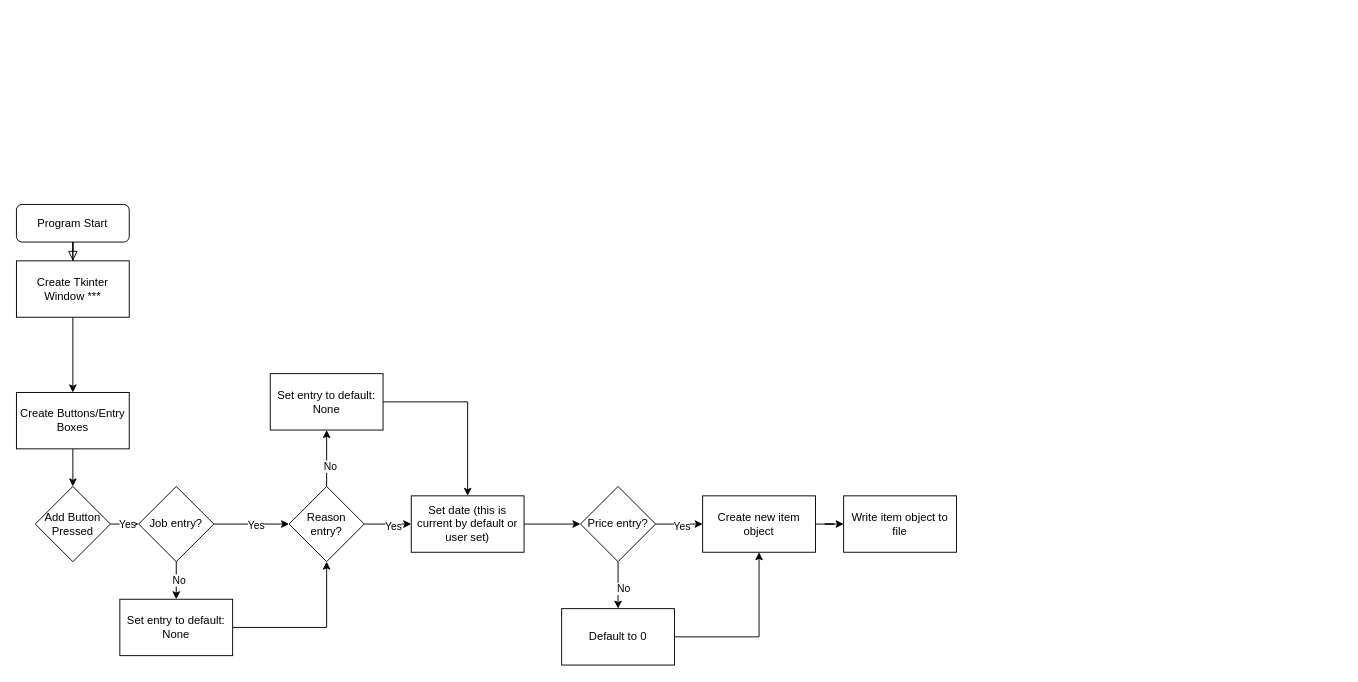
Before: Untitled Diagram.drawio in Yummypieisyummy-StVincent/Finance-App, a draw.io diagram. Source tidied: cells renumbered, new cells numbered last; positions are measured from the earlier drawing's top-left corner, leaving out a move shared by most shapes. Both pictures are drawn from the tidied source at 94%, with x=0, y=0 at pixel (16, 204).
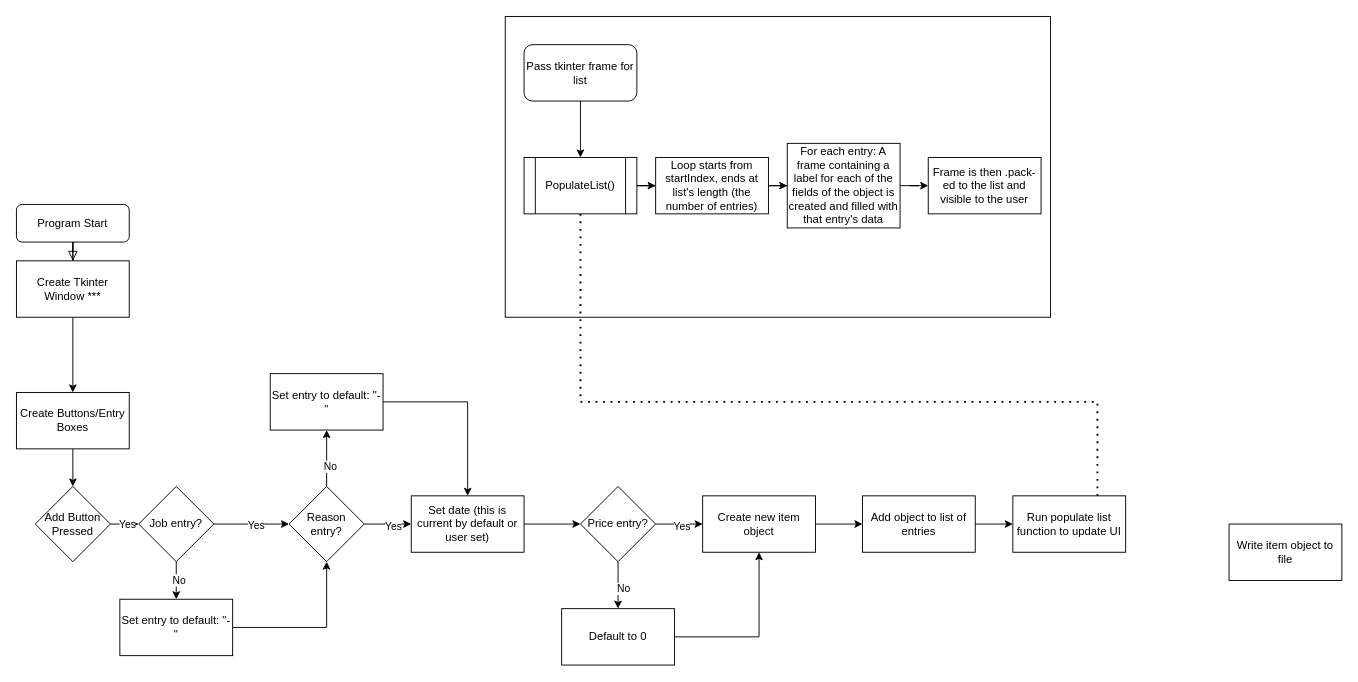
After the change.

Commit message:
Added Populate function to diagram (needs work)

Unchanged cells that the change refers to:
```xml
<mxCell id="33" value="Create new item object" style="whiteSpace=wrap;html=1;rounded=0;" parent="1" vertex="1">
  <mxGeometry x="730" y="310" width="120" height="60" as="geometry" />
</mxCell>
```

The edit, as a diff of the source:
```diff
@@
+    <mxCell id="37" style="rounded=0;whiteSpace=wrap;html=1;" parent="1" vertex="1">
+      <mxGeometry x="520" y="-200" width="580" height="320" as="geometry" />
+    </mxCell>
@@
-    <mxCell id="24" value="Set entry to default: None" style="whiteSpace=wrap;html=1;rounded=0;" parent="1" vertex="1">
+    <mxCell id="24" value="Set entry to default: &quot;-&quot;" style="whiteSpace=wrap;html=1;rounded=0;" parent="1" vertex="1">
       <mxGeometry x="110" y="420" width="120" height="60" as="geometry" />
     </mxCell>
@@
-    <mxCell id="26" value="Set entry to default: None" style="rounded=0;whiteSpace=wrap;html=1;" parent="1" vertex="1">
+    <mxCell id="26" value="Set entry to default: &quot;-&quot;" style="rounded=0;whiteSpace=wrap;html=1;" parent="1" vertex="1">
       <mxGeometry x="270" y="180" width="120" height="60" as="geometry" />
     </mxCell>
@@
-    <mxCell id="32" style="edgeStyle=orthogonalEdgeStyle;rounded=0;jettySize=auto;html=1;" parent="1" edge="1" source="33" target="34">
-      <mxGeometry relative="1" as="geometry" />
-    </mxCell>
+    <mxCell id="38" style="edgeStyle=orthogonalEdgeStyle;rounded=0;jettySize=auto;html=1;" parent="1" edge="1" source="33" target="40">
+      <mxGeometry relative="1" as="geometry" />
+    </mxCell>
@@
     <mxCell id="34" value="Write item object to file" style="whiteSpace=wrap;html=1;rounded=0;" parent="1" vertex="1">
-      <mxGeometry x="880" y="310" width="120" height="60" as="geometry" />
+      <mxGeometry x="1290" y="340" width="120" height="60" as="geometry" />
     </mxCell>
@@
+    <mxCell id="39" style="edgeStyle=orthogonalEdgeStyle;rounded=0;jettySize=auto;html=1;" parent="1" edge="1" source="40" target="41">
+      <mxGeometry relative="1" as="geometry" />
+    </mxCell>
+    <mxCell id="40" value="Add object to list of entries" style="whiteSpace=wrap;html=1;rounded=0;" parent="1" vertex="1">
+      <mxGeometry x="900" y="310" width="120" height="60" as="geometry" />
+    </mxCell>
+    <mxCell id="41" value="Run populate list function to update UI" style="whiteSpace=wrap;html=1;rounded=0;" parent="1" vertex="1">
+      <mxGeometry x="1060" y="310" width="120" height="60" as="geometry" />
+    </mxCell>
+    <mxCell id="42" style="endArrow=none;dashed=1;html=1;dashPattern=1 3;strokeWidth=2;rounded=0;exitX=0.75;exitY=0;exitDx=0;exitDy=0;entryX=0.5;entryY=1;entryDx=0;entryDy=0;" parent="1" edge="1" source="41" target="44">
+      <mxGeometry relative="1" as="geometry">
+        <Array as="points">
+          <mxPoint x="1150" y="210" />
+          <mxPoint x="600" y="210" />
+        </Array>
+      </mxGeometry>
+    </mxCell>
+    <mxCell id="43" style="edgeStyle=orthogonalEdgeStyle;rounded=0;jettySize=auto;html=1;" parent="1" edge="1" source="44" target="46">
+      <mxGeometry relative="1" as="geometry" />
+    </mxCell>
+    <mxCell id="44" value="PopulateList()" style="shape=process;whiteSpace=wrap;html=1;backgroundOutline=1;" parent="1" vertex="1">
+      <mxGeometry x="540" y="-50" width="120" height="60" as="geometry" />
+    </mxCell>
+    <mxCell id="45" style="edgeStyle=orthogonalEdgeStyle;rounded=0;jettySize=auto;html=1;" parent="1" edge="1" source="46" target="50">
+      <mxGeometry relative="1" as="geometry" />
+    </mxCell>
+    <mxCell id="46" value="Loop starts from startIndex, ends at list's length (the number of entries)" style="whiteSpace=wrap;html=1;" parent="1" vertex="1">
+      <mxGeometry x="680" y="-50" width="120" height="60" as="geometry" />
+    </mxCell>
+    <mxCell id="47" style="edgeStyle=orthogonalEdgeStyle;rounded=0;jettySize=auto;html=1;" parent="1" edge="1" source="48" target="44">
+      <mxGeometry relative="1" as="geometry" />
+    </mxCell>
+    <mxCell id="48" value="Pass tkinter frame for list" style="rounded=1;whiteSpace=wrap;html=1;" parent="1" vertex="1">
+      <mxGeometry x="540" y="-170" width="120" height="60" as="geometry" />
+    </mxCell>
+    <mxCell id="49" style="edgeStyle=orthogonalEdgeStyle;rounded=0;jettySize=auto;html=1;" parent="1" edge="1" source="50" target="51">
+      <mxGeometry relative="1" as="geometry" />
+    </mxCell>
+    <mxCell id="50" value="For each entry: A frame containing a label for each of the fields of the object is created and filled with that entry's data" style="whiteSpace=wrap;html=1;" parent="1" vertex="1">
+      <mxGeometry x="820" y="-65" width="120" height="90" as="geometry" />
+    </mxCell>
+    <mxCell id="51" value="Frame is then .pack-ed to the list and visible to the user" style="whiteSpace=wrap;html=1;" parent="1" vertex="1">
+      <mxGeometry x="970" y="-50" width="120" height="60" as="geometry" />
+    </mxCell>
```
